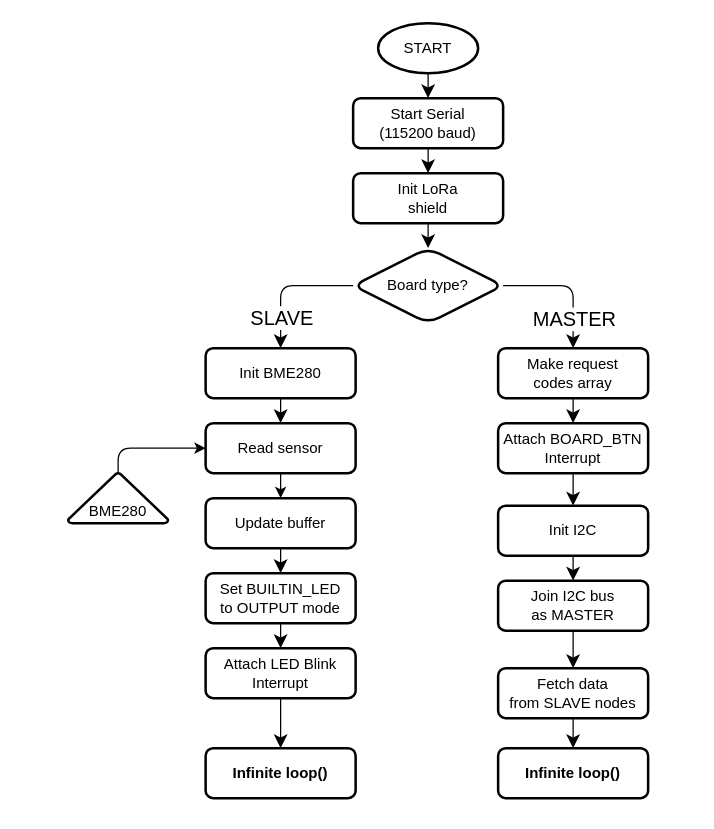
The draw.io diagram images/firmware-flowchart.drawio in utbrott/lora-psn, before the edit. Source tidied: cells renumbered, new cells numbered last; positions are measured from the earlier drawing's top-left corner, leaving out a move shared by most shapes. Both pictures are drawn from the tidied source at 125%, with x=0, y=0 at pixel (68, 22).
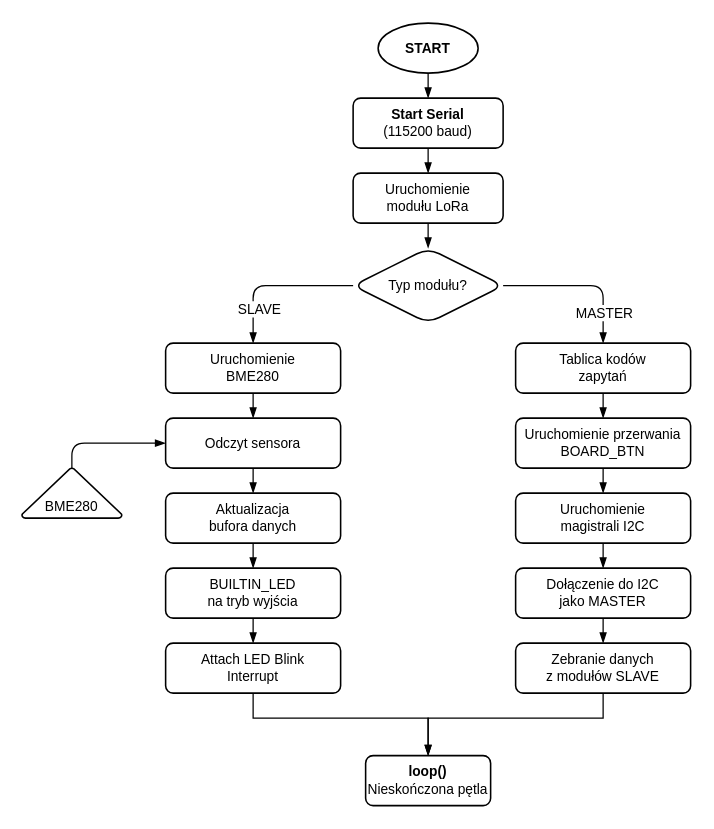
Above is the later version.

What changed in the source:
```diff
@@
+    <mxCell id="4" style="edgeStyle=orthogonalEdgeStyle;rounded=1;jettySize=auto;html=1;exitX=0.5;exitY=0;exitDx=0;exitDy=0;exitPerimeter=0;entryX=0;entryY=0.5;entryDx=0;entryDy=0;endArrow=blockThin;endFill=1;endSize=6;" parent="1" edge="1" source="2" target="3">
+      <mxGeometry relative="1" as="geometry" />
+    </mxCell>
-    <mxCell id="2" value="BME280" style="strokeWidth=2;html=1;shape=mxgraph.flowchart.extract_or_measurement;whiteSpace=wrap;verticalAlign=bottom;fontFamily=Iosevka;rounded=1;" parent="1" vertex="1">
-      <mxGeometry y="360" width="80" height="40" as="geometry" />
+    <mxCell id="2" value="BME280" style="strokeWidth=1.25;html=1;shape=mxgraph.flowchart.extract_or_measurement;whiteSpace=wrap;verticalAlign=bottom;fontFamily=Arimo;rounded=1;fontSize=11;" parent="1" vertex="1">
+      <mxGeometry x="-37" y="356" width="80" height="40" as="geometry" />
     </mxCell>
-    <mxCell id="3" value="Read sensor" style="rounded=1;whiteSpace=wrap;html=1;fontSize=12;glass=0;strokeWidth=2;shadow=0;fontFamily=Iosevka;" parent="1" vertex="1">
-      <mxGeometry x="110" y="320" width="120" height="40" as="geometry" />
+    <mxCell id="3" value="Odczyt sensora" style="rounded=1;whiteSpace=wrap;html=1;fontSize=11;glass=0;strokeWidth=1.25;shadow=0;fontFamily=Arimo;" parent="1" vertex="1">
+      <mxGeometry x="78" y="316" width="140" height="40" as="geometry" />
     </mxCell>
-    <mxCell id="4" style="edgeStyle=orthogonalEdgeStyle;rounded=1;jettySize=auto;html=1;exitX=0.5;exitY=0;exitDx=0;exitDy=0;exitPerimeter=0;fontSize=12;strokeWidth=1;entryX=0;entryY=0.5;entryDx=0;entryDy=0;" parent="1" edge="1" source="2" target="3">
-      <mxGeometry relative="1" as="geometry">
-        <Array as="points">
-          <mxPoint x="40" y="340" />
-        </Array>
-      </mxGeometry>
-    </mxCell>
-    <mxCell id="5" value="Update buffer" style="rounded=1;whiteSpace=wrap;html=1;fontSize=12;glass=0;strokeWidth=2;shadow=0;fontFamily=Iosevka;" parent="1" vertex="1">
-      <mxGeometry x="110" y="380" width="120" height="40" as="geometry" />
+    <mxCell id="5" value="Aktualizacja&lt;br style=&quot;font-size: 11px;&quot;&gt;bufora danych" style="rounded=1;whiteSpace=wrap;html=1;fontSize=11;glass=0;strokeWidth=1.25;shadow=0;fontFamily=Arimo;" parent="1" vertex="1">
+      <mxGeometry x="78" y="376" width="140" height="40" as="geometry" />
     </mxCell>
-    <mxCell id="6" style="edgeStyle=orthogonalEdgeStyle;rounded=1;jettySize=auto;html=1;exitX=0.5;exitY=1;exitDx=0;exitDy=0;" parent="1" edge="1" source="3" target="5">
+    <mxCell id="6" style="edgeStyle=orthogonalEdgeStyle;rounded=1;jettySize=auto;html=1;exitX=0.5;exitY=1;exitDx=0;exitDy=0;fontFamily=Arimo;fontSize=11;endArrow=blockThin;endFill=1;endSize=6;" parent="1" edge="1" source="3" target="5">
       <mxGeometry relative="1" as="geometry" />
     </mxCell>
-    <mxCell id="7" value="START" style="strokeWidth=2;html=1;shape=mxgraph.flowchart.start_1;whiteSpace=wrap;fontFamily=Iosevka;rounded=1;" parent="1" vertex="1">
+    <mxCell id="7" value="START" style="strokeWidth=1.25;html=1;shape=mxgraph.flowchart.start_1;whiteSpace=wrap;fontFamily=Arimo;rounded=1;fontStyle=1;fontSize=11;" parent="1" vertex="1">
       <mxGeometry x="248" width="80" height="40" as="geometry" />
     </mxCell>
-    <mxCell id="8" value="Board type?" style="rhombus;whiteSpace=wrap;html=1;fontFamily=Iosevka;fontSize=12;strokeWidth=2;rounded=1;" parent="1" vertex="1">
+    <mxCell id="8" value="Typ modułu?" style="rhombus;whiteSpace=wrap;html=1;fontFamily=Arimo;fontSize=11;strokeWidth=1.25;rounded=1;" parent="1" vertex="1">
       <mxGeometry x="228" y="180" width="120" height="60" as="geometry" />
     </mxCell>
-    <mxCell id="9" value="Start Serial&lt;br&gt;(115200 baud)" style="rounded=1;whiteSpace=wrap;html=1;fontSize=12;glass=0;strokeWidth=2;shadow=0;fontFamily=Iosevka;" parent="1" vertex="1">
+    <mxCell id="9" value="&lt;b style=&quot;font-size: 11px;&quot;&gt;Start Serial&lt;/b&gt;&lt;br style=&quot;font-size: 11px;&quot;&gt;(115200 baud)" style="rounded=1;whiteSpace=wrap;html=1;fontSize=11;glass=0;strokeWidth=1.25;shadow=0;fontFamily=Arimo;" parent="1" vertex="1">
       <mxGeometry x="228" y="60" width="120" height="40" as="geometry" />
     </mxCell>
-    <mxCell id="10" style="edgeStyle=none;curved=1;rounded=0;jettySize=auto;html=1;fontSize=12;startSize=8;endSize=8;" parent="1" edge="1" source="7" target="9">
+    <mxCell id="10" style="edgeStyle=none;curved=1;rounded=0;jettySize=auto;html=1;fontSize=11;startSize=8;endSize=6;fontFamily=Arimo;endArrow=blockThin;endFill=1;" parent="1" edge="1" source="7" target="9">
       <mxGeometry relative="1" as="geometry" />
     </mxCell>
-    <mxCell id="11" style="edgeStyle=none;curved=1;rounded=0;jettySize=auto;html=1;fontSize=12;startSize=8;endSize=8;" parent="1" edge="1" source="12" target="8">
+    <mxCell id="11" style="edgeStyle=none;curved=1;rounded=0;jettySize=auto;html=1;fontSize=11;startSize=8;endSize=6;fontFamily=Arimo;endArrow=blockThin;endFill=1;" parent="1" edge="1" source="12" target="8">
       <mxGeometry relative="1" as="geometry" />
     </mxCell>
-    <mxCell id="12" value="Init LoRa&lt;br&gt;shield" style="rounded=1;whiteSpace=wrap;html=1;fontSize=12;glass=0;strokeWidth=2;shadow=0;fontFamily=Iosevka;" parent="1" vertex="1">
+    <mxCell id="12" value="Uruchomienie&lt;br style=&quot;font-size: 11px;&quot;&gt;modułu LoRa" style="rounded=1;whiteSpace=wrap;html=1;fontSize=11;glass=0;strokeWidth=1.25;shadow=0;fontFamily=Arimo;" parent="1" vertex="1">
       <mxGeometry x="228" y="120" width="120" height="40" as="geometry" />
     </mxCell>
-    <mxCell id="13" style="edgeStyle=none;curved=1;rounded=0;jettySize=auto;html=1;fontSize=12;startSize=8;endSize=8;" parent="1" edge="1" source="9" target="12">
+    <mxCell id="13" style="edgeStyle=none;curved=1;rounded=0;jettySize=auto;html=1;fontSize=11;startSize=8;endSize=6;fontFamily=Arimo;endArrow=blockThin;endFill=1;" parent="1" edge="1" source="9" target="12">
       <mxGeometry relative="1" as="geometry" />
     </mxCell>
-    <mxCell id="14" style="edgeStyle=none;curved=1;rounded=0;jettySize=auto;html=1;exitX=0.5;exitY=1;exitDx=0;exitDy=0;fontSize=12;startSize=8;endSize=8;" parent="1" edge="1" source="15" target="3">
+    <mxCell id="14" style="edgeStyle=none;curved=1;rounded=0;jettySize=auto;html=1;exitX=0.5;exitY=1;exitDx=0;exitDy=0;fontSize=11;startSize=8;endSize=6;fontFamily=Arimo;endArrow=blockThin;endFill=1;" parent="1" edge="1" source="15" target="3">
       <mxGeometry relative="1" as="geometry" />
     </mxCell>
-    <mxCell id="15" value="Init BME280" style="rounded=1;whiteSpace=wrap;html=1;fontSize=12;glass=0;strokeWidth=2;shadow=0;fontFamily=Iosevka;" parent="1" vertex="1">
-      <mxGeometry x="110" y="260" width="120" height="40" as="geometry" />
+    <mxCell id="15" value="Uruchomienie&lt;br style=&quot;font-size: 11px;&quot;&gt;BME280" style="rounded=1;whiteSpace=wrap;html=1;fontSize=11;glass=0;strokeWidth=1.25;shadow=0;fontFamily=Arimo;" parent="1" vertex="1">
+      <mxGeometry x="78" y="256" width="140" height="40" as="geometry" />
     </mxCell>
-    <mxCell id="16" style="edgeStyle=none;rounded=1;jettySize=auto;html=1;entryX=0.5;entryY=0;entryDx=0;entryDy=0;fontSize=12;startSize=8;endSize=8;" parent="1" edge="1" source="8" target="15">
-      <mxGeometry relative="1" as="geometry">
-        <Array as="points">
-          <mxPoint x="170" y="210" />
-        </Array>
-      </mxGeometry>
+    <mxCell id="16" style="edgeStyle=orthogonalEdgeStyle;rounded=1;jettySize=auto;html=1;entryX=0.5;entryY=0;entryDx=0;entryDy=0;fontSize=11;startSize=8;endSize=6;fontFamily=Arimo;endArrow=blockThin;endFill=1;" parent="1" edge="1" source="8" target="15">
+      <mxGeometry relative="1" as="geometry" />
     </mxCell>
-    <mxCell id="17" value="SLAVE" style="edgeLabel;html=1;align=center;verticalAlign=middle;fontSize=16;fontFamily=Iosevka;" parent="16" vertex="1">
+    <mxCell id="17" value="SLAVE" style="edgeLabel;html=1;align=center;verticalAlign=middle;fontSize=11;fontFamily=Arimo;" parent="16" vertex="1">
       <mxGeometry x="0.21" relative="1" as="geometry">
         <mxPoint y="18" as="offset" />
       </mxGeometry>
     </mxCell>
-    <mxCell id="18" value="Set BUILTIN_LED&lt;br&gt;to OUTPUT mode" style="rounded=1;whiteSpace=wrap;html=1;fontSize=12;glass=0;strokeWidth=2;shadow=0;fontFamily=Iosevka;" parent="1" vertex="1">
-      <mxGeometry x="110" y="440" width="120" height="40" as="geometry" />
+    <mxCell id="18" value="BUILTIN_LED&lt;br style=&quot;font-size: 11px;&quot;&gt;na tryb wyjścia" style="rounded=1;whiteSpace=wrap;html=1;fontSize=11;glass=0;strokeWidth=1.25;shadow=0;fontFamily=Arimo;" parent="1" vertex="1">
+      <mxGeometry x="78" y="436" width="140" height="40" as="geometry" />
     </mxCell>
-    <mxCell id="19" style="edgeStyle=none;curved=1;rounded=0;jettySize=auto;html=1;exitX=0.5;exitY=1;exitDx=0;exitDy=0;entryX=0.5;entryY=0;entryDx=0;entryDy=0;fontSize=12;startSize=8;endSize=8;" parent="1" edge="1" source="5" target="18">
+    <mxCell id="19" style="edgeStyle=none;curved=1;rounded=0;jettySize=auto;html=1;exitX=0.5;exitY=1;exitDx=0;exitDy=0;entryX=0.5;entryY=0;entryDx=0;entryDy=0;fontSize=11;startSize=8;endSize=6;fontFamily=Arimo;endArrow=blockThin;endFill=1;" parent="1" edge="1" source="5" target="18">
       <mxGeometry relative="1" as="geometry" />
     </mxCell>
+    <mxCell id="23" style="edgeStyle=orthogonalEdgeStyle;rounded=0;jettySize=auto;html=1;entryX=0.5;entryY=0;entryDx=0;entryDy=0;endArrow=blockThin;endFill=1;" parent="1" edge="1" source="20" target="22">
+      <mxGeometry relative="1" as="geometry">
+        <Array as="points">
+          <mxPoint x="148" y="556" />
+          <mxPoint x="288" y="556" />
+        </Array>
+      </mxGeometry>
+    </mxCell>
-    <mxCell id="20" value="Attach LED Blink&lt;br&gt;Interrupt" style="rounded=1;whiteSpace=wrap;html=1;fontSize=12;glass=0;strokeWidth=2;shadow=0;fontFamily=Iosevka;" parent="1" vertex="1">
-      <mxGeometry x="110" y="500" width="120" height="40" as="geometry" />
+    <mxCell id="20" value="Attach LED Blink&lt;br style=&quot;font-size: 11px;&quot;&gt;Interrupt" style="rounded=1;whiteSpace=wrap;html=1;fontSize=11;glass=0;strokeWidth=1.25;shadow=0;fontFamily=Arimo;" parent="1" vertex="1">
+      <mxGeometry x="78" y="496" width="140" height="40" as="geometry" />
     </mxCell>
-    <mxCell id="21" style="edgeStyle=none;curved=1;rounded=0;jettySize=auto;html=1;exitX=0.5;exitY=1;exitDx=0;exitDy=0;fontSize=12;startSize=8;endSize=8;" parent="1" edge="1" source="18" target="20">
+    <mxCell id="21" style="edgeStyle=none;curved=1;rounded=0;jettySize=auto;html=1;exitX=0.5;exitY=1;exitDx=0;exitDy=0;fontSize=11;startSize=8;endSize=6;fontFamily=Arimo;endArrow=blockThin;endFill=1;" parent="1" edge="1" source="18" target="20">
       <mxGeometry relative="1" as="geometry" />
     </mxCell>
-    <mxCell id="22" value="Infinite loop()" style="rounded=1;whiteSpace=wrap;html=1;fontSize=12;glass=0;strokeWidth=2;shadow=0;fontFamily=Iosevka;fontStyle=1;" parent="1" vertex="1">
-      <mxGeometry x="110" y="580" width="120" height="40" as="geometry" />
+    <mxCell id="22" value="loop()&lt;br&gt;&lt;span style=&quot;font-weight: 400;&quot;&gt;Nieskończona pętla&lt;/span&gt;" style="rounded=1;whiteSpace=wrap;html=1;fontSize=11;glass=0;strokeWidth=1.25;shadow=0;fontFamily=Arimo;fontStyle=1;" parent="1" vertex="1">
+      <mxGeometry x="238" y="586" width="100" height="40" as="geometry" />
     </mxCell>
-    <mxCell id="23" style="edgeStyle=none;curved=1;rounded=0;jettySize=auto;html=1;entryX=0.5;entryY=0;entryDx=0;entryDy=0;fontSize=12;startSize=8;endSize=8;" parent="1" edge="1" source="20" target="22">
-      <mxGeometry relative="1" as="geometry" />
-    </mxCell>
-    <mxCell id="24" value="Infinite loop()" style="rounded=1;whiteSpace=wrap;html=1;fontSize=12;glass=0;strokeWidth=2;shadow=0;fontFamily=Iosevka;fontStyle=1;" parent="1" vertex="1">
-      <mxGeometry x="344" y="580" width="120" height="40" as="geometry" />
-    </mxCell>
-    <mxCell id="25" value="Make request&lt;br&gt;codes array" style="rounded=1;whiteSpace=wrap;html=1;fontSize=12;glass=0;strokeWidth=2;shadow=0;fontFamily=Iosevka;" parent="1" vertex="1">
-      <mxGeometry x="344" y="260" width="120" height="40" as="geometry" />
+    <mxCell id="25" value="Tablica kodów&lt;br style=&quot;font-size: 11px;&quot;&gt;zapytań" style="rounded=1;whiteSpace=wrap;html=1;fontSize=11;glass=0;strokeWidth=1.25;shadow=0;fontFamily=Arimo;" parent="1" vertex="1">
+      <mxGeometry x="358" y="256" width="140" height="40" as="geometry" />
     </mxCell>
-    <mxCell id="26" style="edgeStyle=none;rounded=1;jettySize=auto;html=1;exitX=1;exitY=0.5;exitDx=0;exitDy=0;entryX=0.5;entryY=0;entryDx=0;entryDy=0;fontSize=12;startSize=8;endSize=8;" parent="1" edge="1" source="8" target="25">
-      <mxGeometry relative="1" as="geometry">
-        <Array as="points">
-          <mxPoint x="404" y="210" />
-        </Array>
-      </mxGeometry>
+    <mxCell id="26" style="edgeStyle=orthogonalEdgeStyle;rounded=1;jettySize=auto;html=1;exitX=1;exitY=0.5;exitDx=0;exitDy=0;entryX=0.5;entryY=0;entryDx=0;entryDy=0;fontSize=11;startSize=8;endSize=6;fontFamily=Arimo;endArrow=blockThin;endFill=1;" parent="1" edge="1" source="8" target="25">
+      <mxGeometry relative="1" as="geometry" />
     </mxCell>
-    <mxCell id="27" value="MASTER" style="edgeLabel;html=1;align=center;verticalAlign=middle;fontSize=16;fontFamily=Iosevka;" parent="26" vertex="1">
+    <mxCell id="27" value="MASTER" style="edgeLabel;html=1;align=center;verticalAlign=middle;fontSize=11;fontFamily=Arimo;" parent="26" vertex="1">
       <mxGeometry x="0.28" y="-1" relative="1" as="geometry">
-        <mxPoint x="1" y="14" as="offset" />
+        <mxPoint x="1" y="20" as="offset" />
       </mxGeometry>
     </mxCell>
-    <mxCell id="28" style="edgeStyle=none;curved=1;rounded=0;jettySize=auto;html=1;fontSize=12;startSize=8;endSize=8;entryX=0.5;entryY=0;entryDx=0;entryDy=0;" parent="1" edge="1" source="29" target="32">
+    <mxCell id="28" style="edgeStyle=none;curved=1;rounded=0;jettySize=auto;html=1;fontSize=11;startSize=8;endSize=6;entryX=0.5;entryY=0;entryDx=0;entryDy=0;fontFamily=Arimo;endArrow=blockThin;endFill=1;" parent="1" edge="1" source="29" target="32">
       <mxGeometry relative="1" as="geometry" />
     </mxCell>
-    <mxCell id="29" value="Attach BOARD_BTN&lt;br&gt;Interrupt" style="rounded=1;whiteSpace=wrap;html=1;fontSize=12;glass=0;strokeWidth=2;shadow=0;fontFamily=Iosevka;" parent="1" vertex="1">
-      <mxGeometry x="344" y="320" width="120" height="40" as="geometry" />
+    <mxCell id="29" value="Uruchomienie przerwania BOARD_BTN" style="rounded=1;whiteSpace=wrap;html=1;fontSize=11;glass=0;strokeWidth=1.25;shadow=0;fontFamily=Arimo;" parent="1" vertex="1">
+      <mxGeometry x="358" y="316" width="140" height="40" as="geometry" />
     </mxCell>
-    <mxCell id="30" style="edgeStyle=none;curved=1;rounded=0;jettySize=auto;html=1;entryX=0.5;entryY=0;entryDx=0;entryDy=0;fontSize=12;startSize=8;endSize=8;" parent="1" edge="1" source="25" target="29">
+    <mxCell id="30" style="edgeStyle=none;curved=1;rounded=0;jettySize=auto;html=1;entryX=0.5;entryY=0;entryDx=0;entryDy=0;fontSize=11;startSize=8;endSize=6;fontFamily=Arimo;endArrow=blockThin;endFill=1;" parent="1" edge="1" source="25" target="29">
       <mxGeometry relative="1" as="geometry" />
     </mxCell>
-    <mxCell id="31" style="edgeStyle=none;curved=1;rounded=0;jettySize=auto;html=1;exitX=0.5;exitY=1;exitDx=0;exitDy=0;entryX=0.5;entryY=0;entryDx=0;entryDy=0;fontSize=12;startSize=8;endSize=8;" parent="1" edge="1" source="32" target="34">
+    <mxCell id="31" style="edgeStyle=none;curved=1;rounded=0;jettySize=auto;html=1;exitX=0.5;exitY=1;exitDx=0;exitDy=0;entryX=0.5;entryY=0;entryDx=0;entryDy=0;fontSize=11;startSize=8;endSize=6;fontFamily=Arimo;endArrow=blockThin;endFill=1;" parent="1" edge="1" source="32" target="34">
       <mxGeometry relative="1" as="geometry" />
     </mxCell>
-    <mxCell id="32" value="Init I2C" style="rounded=1;whiteSpace=wrap;html=1;fontSize=12;glass=0;strokeWidth=2;shadow=0;fontFamily=Iosevka;" parent="1" vertex="1">
-      <mxGeometry x="344" y="386" width="120" height="40" as="geometry" />
+    <mxCell id="32" value="Uruchomienie&lt;br&gt;magistrali I2C" style="rounded=1;whiteSpace=wrap;html=1;fontSize=11;glass=0;strokeWidth=1.25;shadow=0;fontFamily=Arimo;" parent="1" vertex="1">
+      <mxGeometry x="358" y="376" width="140" height="40" as="geometry" />
     </mxCell>
-    <mxCell id="33" style="edgeStyle=none;curved=1;rounded=0;jettySize=auto;html=1;entryX=0.5;entryY=0;entryDx=0;entryDy=0;fontSize=12;startSize=8;endSize=8;" parent="1" edge="1" source="34" target="36">
+    <mxCell id="33" style="edgeStyle=none;curved=1;rounded=0;jettySize=auto;html=1;entryX=0.5;entryY=0;entryDx=0;entryDy=0;fontSize=11;startSize=8;endSize=6;fontFamily=Arimo;endArrow=blockThin;endFill=1;" parent="1" edge="1" source="34" target="36">
       <mxGeometry relative="1" as="geometry" />
     </mxCell>
-    <mxCell id="34" value="Join I2C bus&lt;br&gt;as MASTER" style="rounded=1;whiteSpace=wrap;html=1;fontSize=12;glass=0;strokeWidth=2;shadow=0;fontFamily=Iosevka;" parent="1" vertex="1">
-      <mxGeometry x="344" y="446" width="120" height="40" as="geometry" />
+    <mxCell id="34" value="Dołączenie do I2C&lt;br&gt;jako MASTER" style="rounded=1;whiteSpace=wrap;html=1;fontSize=11;glass=0;strokeWidth=1.25;shadow=0;fontFamily=Arimo;" parent="1" vertex="1">
+      <mxGeometry x="358" y="436" width="140" height="40" as="geometry" />
     </mxCell>
-    <mxCell id="35" style="edgeStyle=none;curved=1;rounded=0;jettySize=auto;html=1;fontSize=12;startSize=8;endSize=8;" parent="1" edge="1" source="36" target="24">
-      <mxGeometry relative="1" as="geometry" />
-    </mxCell>
+    <mxCell id="37" style="edgeStyle=orthogonalEdgeStyle;rounded=0;jettySize=auto;html=1;entryX=0.5;entryY=0;entryDx=0;entryDy=0;endArrow=blockThin;endFill=1;" parent="1" edge="1" source="36" target="22">
+      <mxGeometry relative="1" as="geometry">
+        <Array as="points">
+          <mxPoint x="428" y="556" />
+          <mxPoint x="288" y="556" />
+        </Array>
+      </mxGeometry>
+    </mxCell>
-    <mxCell id="36" value="Fetch data&lt;br&gt;from SLAVE nodes" style="rounded=1;whiteSpace=wrap;html=1;fontSize=12;glass=0;strokeWidth=2;shadow=0;fontFamily=Iosevka;" parent="1" vertex="1">
-      <mxGeometry x="344" y="516" width="120" height="40" as="geometry" />
+    <mxCell id="36" value="Zebranie danych&lt;br&gt;z modułów SLAVE" style="rounded=1;whiteSpace=wrap;html=1;fontSize=11;glass=0;strokeWidth=1.25;shadow=0;fontFamily=Arimo;" parent="1" vertex="1">
+      <mxGeometry x="358" y="496" width="140" height="40" as="geometry" />
     </mxCell>
```
